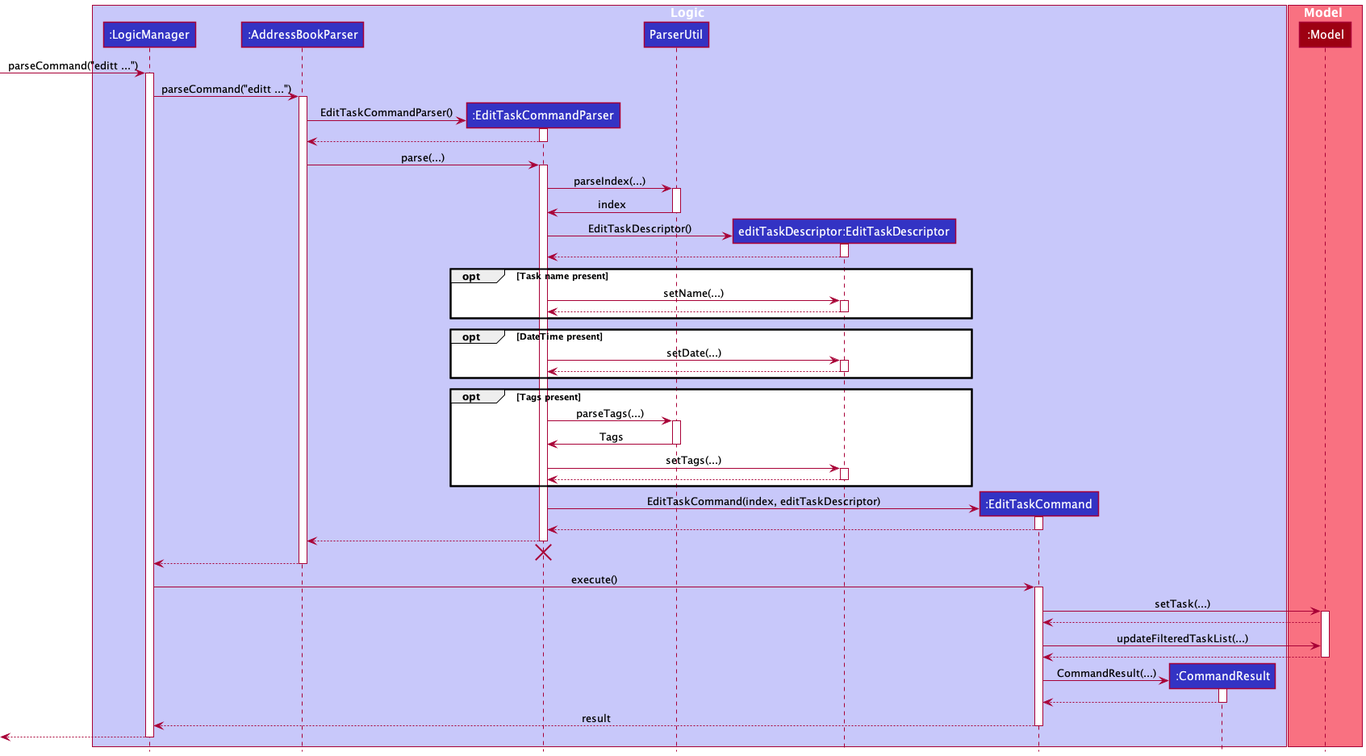
This is docs/images/EditTaskSequenceDiagram.png from snss231/tp, a PlantUML export, as it was before one commit.
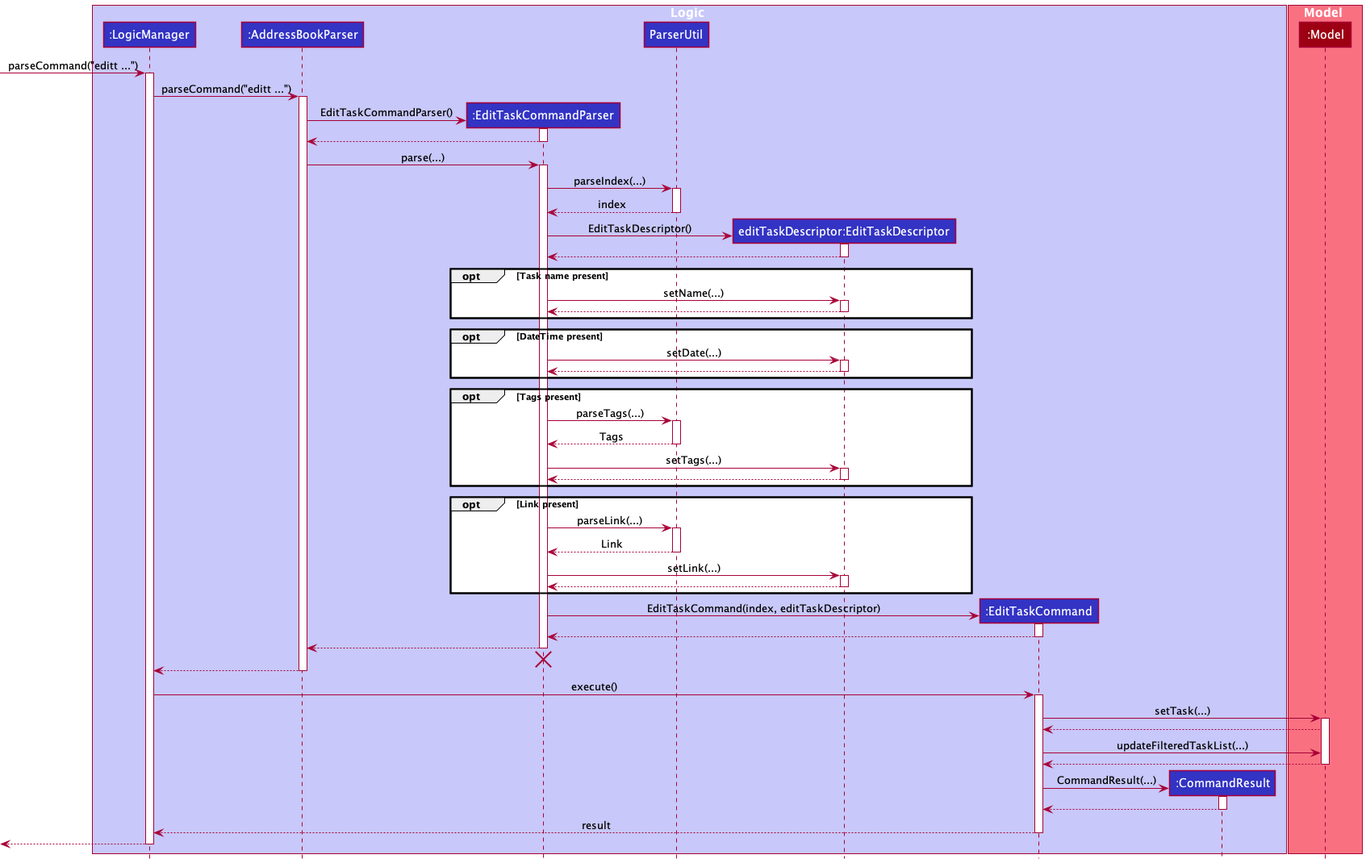
Later version of the same file.

Commit message:
Update edit task function to edit link

Change to the diagram source:
```diff
@@ -14,6 +14,7 @@
 box Model MODEL_COLOR_T1
 participant ":Model" as Model MODEL_COLOR
 end box
+
  -> LogicManager : parseCommand("editt ...")
 activate LogicManager
 
@@ -33,7 +34,7 @@
 EditTaskCommandParser -> ParserUtil : parseIndex(...)
 activate ParserUtil
 
-ParserUtil -> EditTaskCommandParser : index
+ParserUtil --> EditTaskCommandParser : index
 deactivate ParserUtil
 
 create EditTaskDescriptor
@@ -60,9 +61,20 @@
 opt Tags present
 EditTaskCommandParser -> ParserUtil : parseTags(...)
 activate ParserUtil
-ParserUtil -> EditTaskCommandParser : Tags
+ParserUtil --> EditTaskCommandParser : Tags
 deactivate ParserUtil
 EditTaskCommandParser -> EditTaskDescriptor : setTags(...)
+activate EditTaskDescriptor
+EditTaskDescriptor --> EditTaskCommandParser
+deactivate EditTaskDescriptor
+end
+
+opt Link present
+EditTaskCommandParser -> ParserUtil : parseLink(...)
+activate ParserUtil
+ParserUtil --> EditTaskCommandParser : Link
+deactivate ParserUtil
+EditTaskCommandParser -> EditTaskDescriptor : setLink(...)
 activate EditTaskDescriptor
 EditTaskDescriptor --> EditTaskCommandParser
 deactivate EditTaskDescriptor
```
